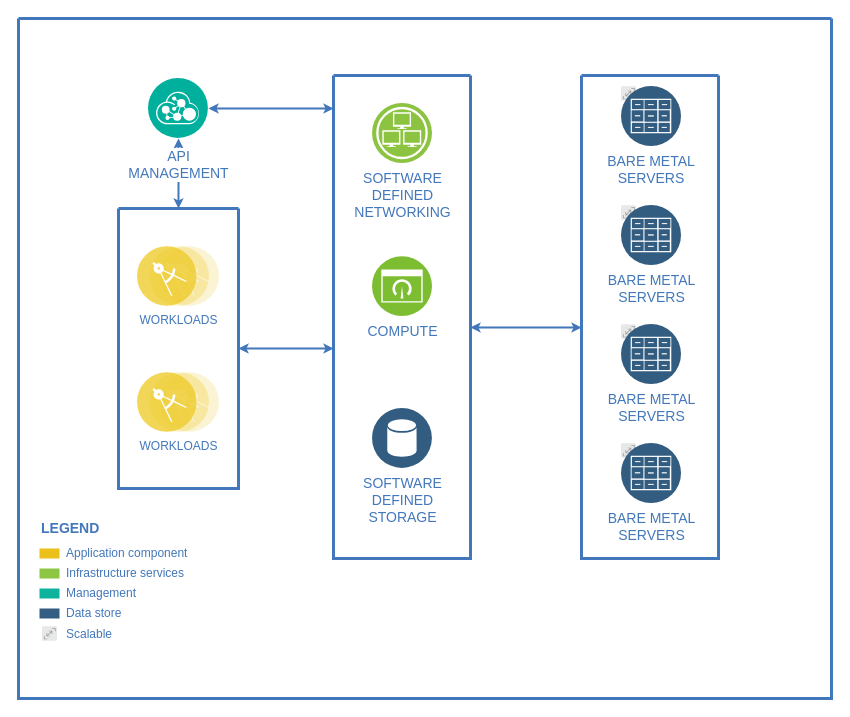
This is tripleb.drawio from antaradatta3/diagrams, a draw.io file, before an edit. Source tidied: cells renumbered, new cells numbered last; positions are measured from the earlier drawing's top-left corner, leaving out a move shared by most shapes. Both pictures are drawn from the tidied source at 100%, with x=0, y=0 at pixel (18, 18). Pictures stored in the file or linked from it are replaced by grey dashed boxes.
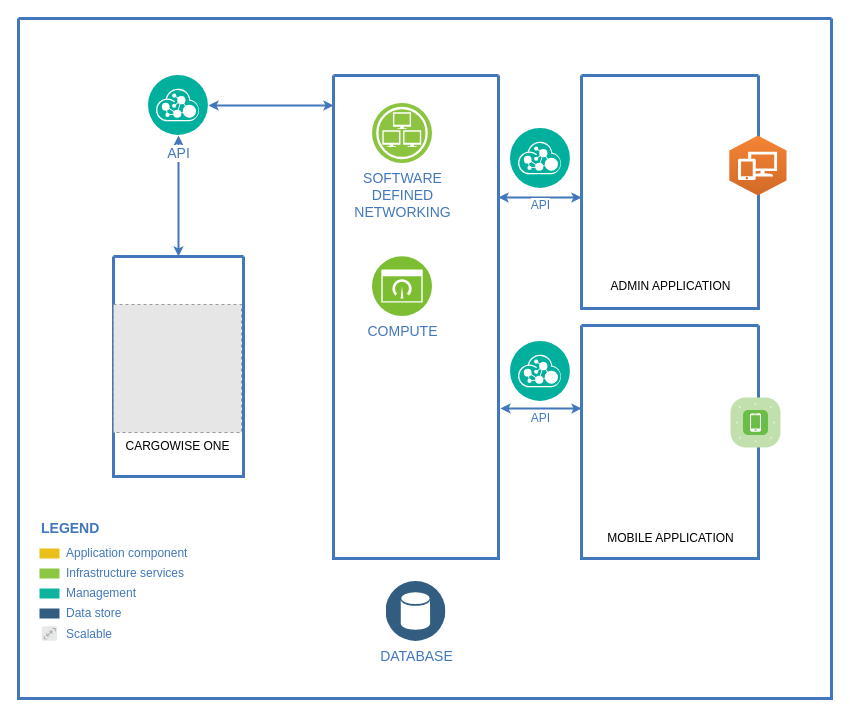
The same diagram, later.

Unchanged cells that the change refers to:
```xml
<mxCell id="2" style="swimlane;shadow=0;strokeColor=#4277BB;fillColor=#ffffff;fontColor=#4277BB;align=right;startSize=0;strokeWidth=3;" parent="1" vertex="1">
  <mxGeometry width="813" height="680" as="geometry" />
</mxCell>
```

What changed in the source:
```diff
@@
-    <mxCell id="4" style="edgeStyle=elbowEdgeStyle;rounded=0;elbow=vertical;html=1;labelBackgroundColor=#ffffff;startArrow=classic;startFill=1;startSize=4;endArrow=classic;endFill=1;endSize=4;jettySize=auto;strokeColor=#4277BB;strokeWidth=2;fontSize=14;fontColor=#4277BB;" parent="2" edge="1" source="13" target="16">
-      <mxGeometry relative="1" as="geometry" />
-    </mxCell>
@@
-    <mxCell id="12" value="API&lt;div&gt;MANAGEMENT&lt;/div&gt;" style="perimeter=ellipsePerimeter;html=1;align=center;shadow=0;dashed=0;image;image=img/lib/ibm/management/api_management.svg;rounded=1;labelBackgroundColor=#ffffff;strokeColor=#666666;strokeWidth=3;fillColor=#C2952D;gradientColor=none;fontSize=14;fontColor=#4277BB;spacingTop=3;" parent="2" vertex="1">
-      <mxGeometry x="130" y="60" width="60" height="60" as="geometry" />
+    <mxCell id="12" value="API" style="perimeter=ellipsePerimeter;html=1;align=center;shadow=0;dashed=0;image;image=img/lib/ibm/management/api_management.svg;rounded=1;labelBackgroundColor=#ffffff;strokeColor=#666666;strokeWidth=3;fillColor=#C2952D;gradientColor=none;fontSize=14;fontColor=#4277BB;spacingTop=3;" parent="2" vertex="1">
+      <mxGeometry x="130" y="57" width="60" height="60" as="geometry" />
     </mxCell>
     <mxCell id="13" style="swimlane;shadow=0;strokeColor=#4277BB;fillColor=#ffffff;fontColor=#4277BB;align=right;startSize=0;strokeWidth=3;" parent="2" vertex="1">
-      <mxGeometry x="100" y="190" width="120" height="280" as="geometry" />
+      <mxGeometry x="95" y="238" width="130" height="220" as="geometry" />
     </mxCell>
-    <mxCell id="14" value="WORKLOADS" style="perimeter=ellipsePerimeter;html=1;align=center;shadow=0;dashed=0;image;image=img/lib/ibm/applications/microservice.svg;labelBackgroundColor=#ffffff;strokeColor=#666666;strokeWidth=3;fillColor=#C2952D;gradientColor=none;fontSize=12;fontColor=#4277BB;" parent="13" vertex="1">
-      <mxGeometry x="19" y="38" width="82" height="60" as="geometry" />
-    </mxCell>
-    <mxCell id="15" value="WORKLOADS" style="perimeter=ellipsePerimeter;html=1;align=center;shadow=0;dashed=0;image;image=img/lib/ibm/applications/microservice.svg;labelBackgroundColor=#ffffff;strokeColor=#666666;strokeWidth=3;fillColor=#C2952D;gradientColor=none;fontSize=12;fontColor=#4277BB;" parent="13" vertex="1">
-      <mxGeometry x="19" y="164" width="82" height="60" as="geometry" />
-    </mxCell>
+    <mxCell id="34" value="CARGOWISE ONE" style="fillColor=#E6E6E6;strokeColor=#999999;dashed=1;html=1;verticalAlign=top;verticalLabelPosition=bottom;labelBackgroundColor=#ffffff;" parent="13" vertex="1">
+      <mxGeometry y="48" width="128" height="128" as="geometry" />
+    </mxCell>
     <mxCell id="16" style="swimlane;shadow=0;strokeColor=#4277BB;fillColor=#ffffff;fontColor=#4277BB;align=right;startSize=0;strokeWidth=3;" parent="2" vertex="1">
-      <mxGeometry x="315" y="57" width="137" height="483" as="geometry" />
+      <mxGeometry x="315" y="57" width="165" height="483" as="geometry" />
     </mxCell>
@@
-    <mxCell id="19" value="SOFTWARE&lt;div&gt;DEFINED&lt;/div&gt;&lt;div&gt;STORAGE&lt;/div&gt;" style="perimeter=ellipsePerimeter;html=1;align=center;shadow=0;dashed=0;image;image=img/lib/ibm/data/data_services.svg;rounded=1;labelBackgroundColor=#ffffff;strokeColor=#666666;strokeWidth=3;fillColor=#C2952D;gradientColor=none;fontSize=14;fontColor=#4277BB;" parent="16" vertex="1">
-      <mxGeometry x="39" y="333" width="60" height="60" as="geometry" />
-    </mxCell>
     <mxCell id="20" style="swimlane;shadow=0;strokeColor=#4277BB;fillColor=#ffffff;fontColor=#4277BB;align=right;startSize=0;strokeWidth=3;" parent="2" vertex="1">
-      <mxGeometry x="563" y="57" width="137" height="483" as="geometry" />
+      <mxGeometry x="563" y="57" width="177" height="233" as="geometry" />
     </mxCell>
-    <mxCell id="21" value="BARE METAL&#10;SERVERS" style="group;fontSize=14;fontColor=#4277BB;labelPosition=center;verticalLabelPosition=bottom;align=center;verticalAlign=top;labelBackgroundColor=#ffffff;" parent="20" vertex="1">
-      <mxGeometry x="40" y="11" width="60" height="60" as="geometry" />
-    </mxCell>
-    <mxCell id="22" style="perimeter=ellipsePerimeter;html=1;align=center;shadow=0;dashed=0;image;image=img/lib/ibm/miscellaneous/scalable.svg;rounded=1;labelBackgroundColor=none;strokeColor=#666666;strokeWidth=3;fillColor=#C2952D;gradientColor=none;fontSize=14;fontColor=#4277BB;" parent="21" vertex="1">
-      <mxGeometry width="15" height="15" as="geometry" />
-    </mxCell>
-    <mxCell id="23" style="perimeter=ellipsePerimeter;html=1;align=center;shadow=0;dashed=0;image;image=img/lib/ibm/data/file_repository.svg;rounded=1;labelBackgroundColor=none;strokeColor=#666666;strokeWidth=3;fillColor=#C2952D;gradientColor=none;fontSize=14;fontColor=#4277BB;" parent="21" vertex="1">
-      <mxGeometry width="60" height="60" as="geometry" />
-    </mxCell>
-    <mxCell id="24" style="group;fontSize=14;fontColor=#4277BB;labelBackgroundColor=#ffffff;" parent="20" vertex="1">
-      <mxGeometry x="40" y="130" width="60" height="60" as="geometry" />
-    </mxCell>
-    <mxCell id="25" style="perimeter=ellipsePerimeter;html=1;align=center;shadow=0;dashed=0;image;image=img/lib/ibm/miscellaneous/scalable.svg;rounded=1;labelBackgroundColor=none;strokeColor=#666666;strokeWidth=3;fillColor=#C2952D;gradientColor=none;fontSize=14;fontColor=#4277BB;" parent="24" vertex="1">
-      <mxGeometry width="15" height="15" as="geometry" />
-    </mxCell>
-    <mxCell id="26" value="BARE METAL&lt;br&gt;SERVERS" style="perimeter=ellipsePerimeter;html=1;align=center;shadow=0;dashed=0;image;image=img/lib/ibm/data/file_repository.svg;rounded=1;labelBackgroundColor=none;strokeColor=#666666;strokeWidth=3;fillColor=#C2952D;gradientColor=none;fontSize=14;fontColor=#4277BB;" parent="24" vertex="1">
-      <mxGeometry width="60" height="60" as="geometry" />
-    </mxCell>
-    <mxCell id="27" style="group;fontSize=14;fontColor=#4277BB;labelBackgroundColor=#ffffff;" parent="20" vertex="1">
-      <mxGeometry x="40" y="249" width="60" height="60" as="geometry" />
-    </mxCell>
-    <mxCell id="28" style="perimeter=ellipsePerimeter;html=1;align=center;shadow=0;dashed=0;image;image=img/lib/ibm/miscellaneous/scalable.svg;rounded=1;labelBackgroundColor=none;strokeColor=#666666;strokeWidth=3;fillColor=#C2952D;gradientColor=none;fontSize=14;fontColor=#4277BB;" parent="27" vertex="1">
-      <mxGeometry width="15" height="15" as="geometry" />
-    </mxCell>
-    <mxCell id="29" value="BARE METAL&lt;br&gt;SERVERS" style="perimeter=ellipsePerimeter;html=1;align=center;shadow=0;dashed=0;image;image=img/lib/ibm/data/file_repository.svg;rounded=1;labelBackgroundColor=none;strokeColor=#666666;strokeWidth=3;fillColor=#C2952D;gradientColor=none;fontSize=14;fontColor=#4277BB;" parent="27" vertex="1">
-      <mxGeometry width="60" height="60" as="geometry" />
-    </mxCell>
-    <mxCell id="30" style="group;fontSize=14;fontColor=#4277BB;labelBackgroundColor=#ffffff;" parent="20" vertex="1">
-      <mxGeometry x="40" y="368" width="60" height="60" as="geometry" />
-    </mxCell>
-    <mxCell id="31" style="perimeter=ellipsePerimeter;html=1;align=center;shadow=0;dashed=0;image;image=img/lib/ibm/miscellaneous/scalable.svg;rounded=1;labelBackgroundColor=none;strokeColor=#666666;strokeWidth=3;fillColor=#C2952D;gradientColor=none;fontSize=14;fontColor=#4277BB;" parent="30" vertex="1">
-      <mxGeometry width="15" height="15" as="geometry" />
-    </mxCell>
-    <mxCell id="32" value="BARE METAL&lt;br&gt;SERVERS" style="perimeter=ellipsePerimeter;html=1;align=center;shadow=0;dashed=0;image;image=img/lib/ibm/data/file_repository.svg;rounded=1;labelBackgroundColor=none;strokeColor=#666666;strokeWidth=3;fillColor=#C2952D;gradientColor=none;fontSize=14;fontColor=#4277BB;" parent="30" vertex="1">
-      <mxGeometry width="60" height="60" as="geometry" />
-    </mxCell>
+    <mxCell id="35" value="ADMIN APPLICATION" style="text;html=1;align=center;verticalAlign=middle;strokeColor=none;" parent="20" vertex="1">
+      <mxGeometry x="18.5" y="201" width="140" height="20" as="geometry" />
+    </mxCell>
+    <mxCell id="36" style="dashed=0;verticalLabelPosition=bottom;verticalAlign=top;align=center;html=1;shape=mxgraph.aws3.workspaces;fillColor=#D16A28;gradientColor=#F58435;gradientDirection=north;" parent="20" vertex="1">
+      <mxGeometry x="147.8" y="60" width="57.2" height="60" as="geometry" />
+    </mxCell>
@@
+    <mxCell id="37" value="DATABASE" style="perimeter=ellipsePerimeter;html=1;align=center;shadow=0;dashed=0;image;image=img/lib/ibm/data/data_services.svg;rounded=1;labelBackgroundColor=#ffffff;strokeColor=#666666;strokeWidth=3;fillColor=#C2952D;gradientColor=none;fontSize=14;fontColor=#4277BB;" parent="2" vertex="1">
+      <mxGeometry x="367.5" y="563" width="60" height="60" as="geometry" />
+    </mxCell>
+    <mxCell id="38" style="swimlane;shadow=0;strokeColor=#4277BB;fillColor=#ffffff;fontColor=#4277BB;align=right;startSize=0;strokeWidth=3;" parent="2" vertex="1">
+      <mxGeometry x="563" y="307" width="177" height="233" as="geometry" />
+    </mxCell>
+    <mxCell id="39" value="MOBILE APPLICATION" style="text;html=1;align=center;verticalAlign=middle;strokeColor=none;" parent="38" vertex="1">
+      <mxGeometry x="18.5" y="203" width="140" height="20" as="geometry" />
+    </mxCell>
+    <mxCell id="40" style="edgeStyle=elbowEdgeStyle;rounded=0;elbow=vertical;html=1;entryX=0;entryY=0.522;entryPerimeter=0;labelBackgroundColor=#ffffff;startArrow=classic;startFill=1;startSize=4;endArrow=classic;endFill=1;endSize=4;jettySize=auto;orthogonalLoop=1;strokeColor=#4277BB;strokeWidth=2;fontSize=14;fontColor=#4277BB;" parent="2" edge="1">
+      <mxGeometry relative="1" as="geometry">
+        <mxPoint x="482" y="390" as="sourcePoint" />
+        <mxPoint x="563" y="390" as="targetPoint" />
+      </mxGeometry>
+    </mxCell>
+    <mxCell id="41" style="verticalLabelPosition=bottom;html=1;fillColor=#6ABD46;strokeColor=#ffffff;verticalAlign=top;align=center;shape=mxgraph.cisco_safe.compositeIcon;bgIcon=mxgraph.cisco_safe.architecture.generic_appliance;resIcon=mxgraph.cisco_safe.architecture.mobile;" parent="2" vertex="1">
+      <mxGeometry x="712" y="379" width="50" height="50" as="geometry" />
+    </mxCell>
+    <mxCell id="42" value="API" style="perimeter=ellipsePerimeter;html=1;align=center;shadow=0;dashed=0;fontColor=#4277BB;labelBackgroundColor=#ffffff;fontSize=12;spacingTop=3;image;image=img/lib/ibm/management/api_management.svg;" parent="2" vertex="1">
+      <mxGeometry x="492" y="110" width="60" height="60" as="geometry" />
+    </mxCell>
+    <mxCell id="43" value="API" style="perimeter=ellipsePerimeter;html=1;align=center;shadow=0;dashed=0;fontColor=#4277BB;labelBackgroundColor=#ffffff;fontSize=12;spacingTop=3;image;image=img/lib/ibm/management/api_management.svg;" parent="2" vertex="1">
+      <mxGeometry x="492" y="323" width="60" height="60" as="geometry" />
+    </mxCell>
```
